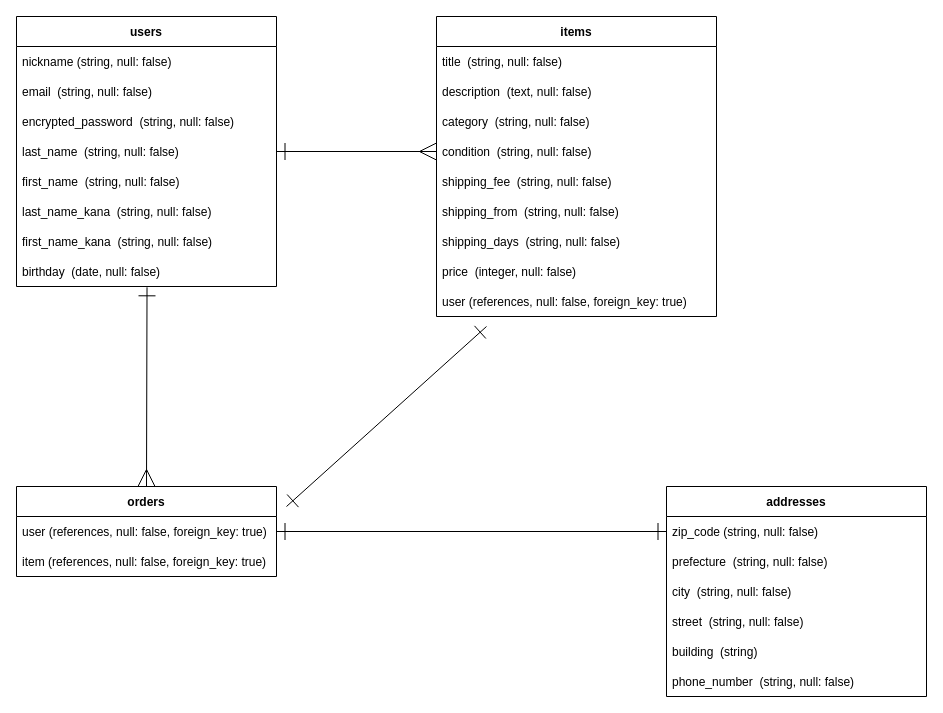
The draw.io diagram erd.dio in aya-mex/furima-37734, before the edit. Source tidied: cells renumbered, new cells numbered last; positions are measured from the earlier drawing's top-left corner, leaving out a move shared by most shapes. Both pictures are drawn from the tidied source at 100%, with x=0, y=0 at pixel (16, 16).
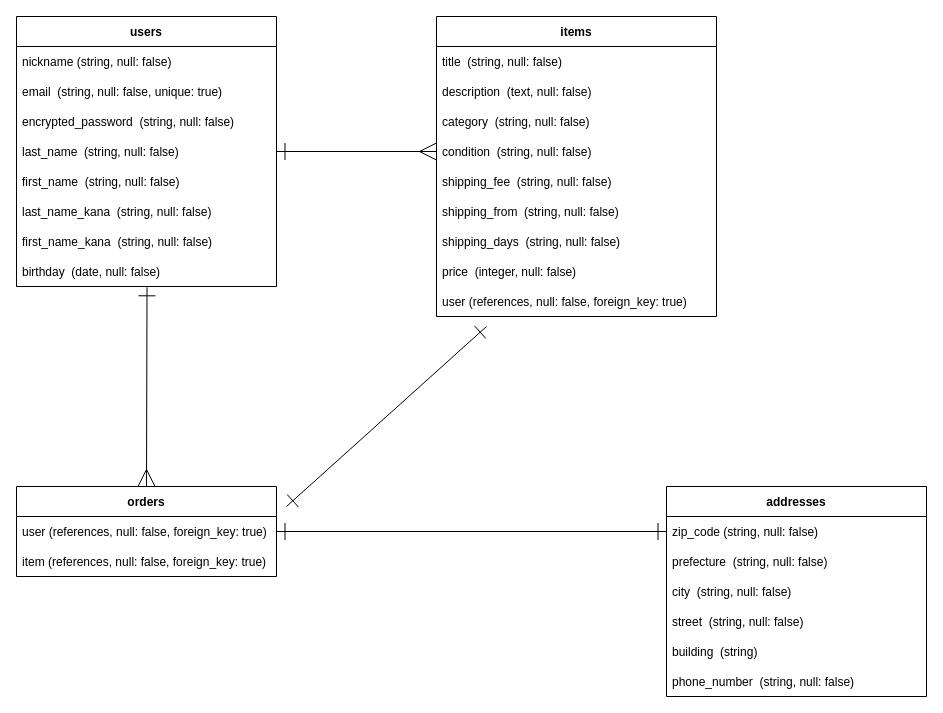
The same diagram, later.

Unchanged cells that the change refers to:
```xml
<mxCell id="2" value="users" style="swimlane;fontStyle=1;horizontal=1;startSize=30;" parent="1" vertex="1">
  <mxGeometry width="260" height="270" as="geometry" />
</mxCell>
```

The edit, as a diff of the source:
```diff
@@
-    <mxCell id="4" value="email  (string, null: false)" style="text;strokeColor=none;fillColor=none;align=left;verticalAlign=middle;spacingLeft=4;spacingRight=4;overflow=hidden;" parent="2" vertex="1">
+    <mxCell id="4" value="email  (string, null: false, unique: true)" style="text;strokeColor=none;fillColor=none;align=left;verticalAlign=middle;spacingLeft=4;spacingRight=4;overflow=hidden;" parent="2" vertex="1">
       <mxGeometry y="60" width="260" height="30" as="geometry" />
     </mxCell>
```
